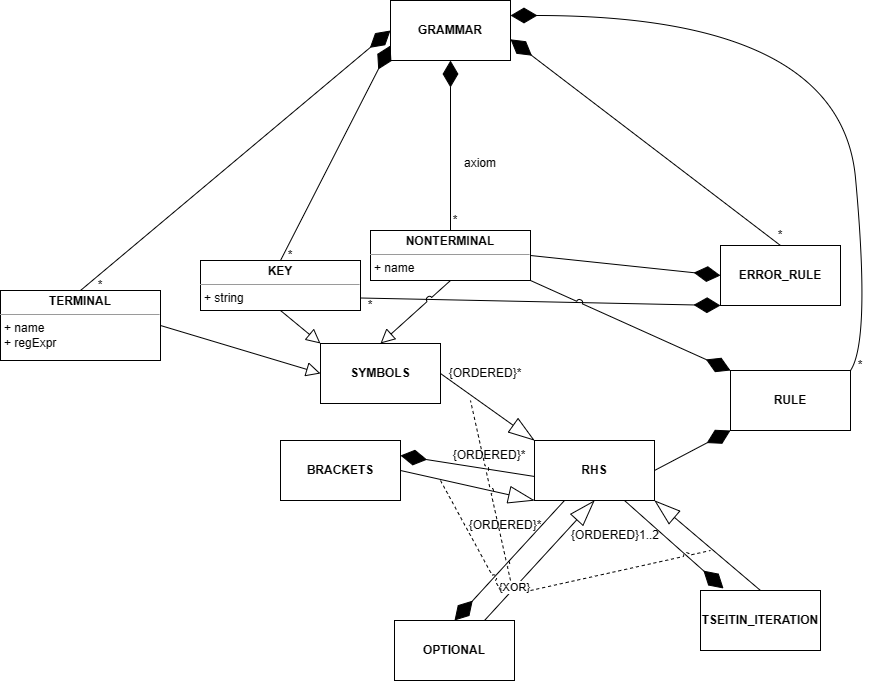
aVorotnikov/dsl_generator keeps this draw.io diagram as docs/diagrams/metamodel.png. Above is the earlier version. Source tidied: cells renumbered, new cells last; positions are measured from the earlier drawing's top-left corner, leaving out a move shared by most shapes.
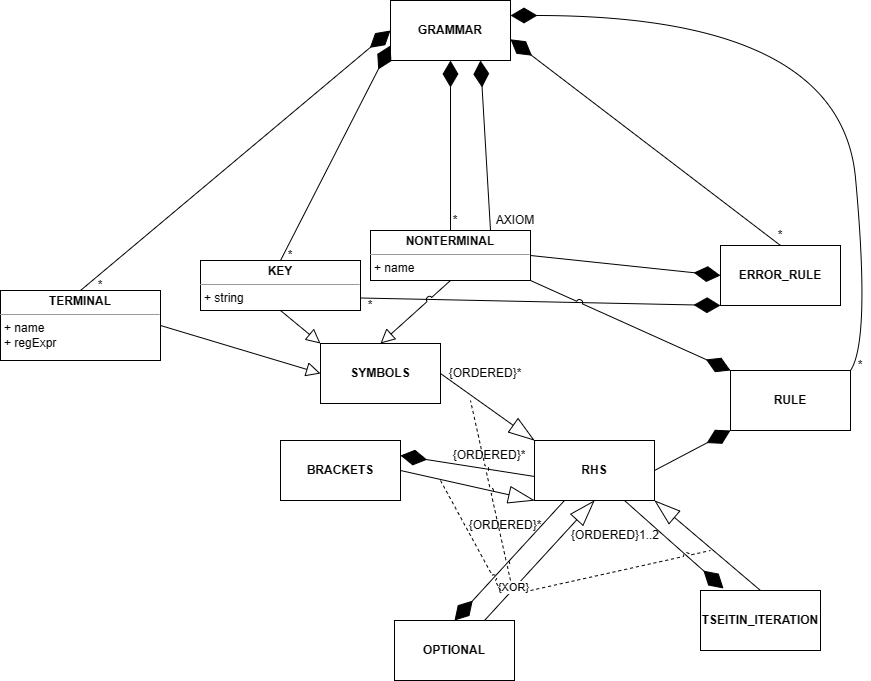
After the change.

Diff of the diagram source:
```diff
@@ -145,11 +145,14 @@
     <mxCell id="44" value="*" style="text;html=1;strokeColor=none;fillColor=none;align=center;verticalAlign=middle;whiteSpace=wrap;rounded=0;" parent="1" vertex="1">
       <mxGeometry x="90" y="270" width="20" height="30" as="geometry" />
     </mxCell>
-    <mxCell id="45" value="axiom" style="text;html=1;strokeColor=none;fillColor=none;align=center;verticalAlign=middle;whiteSpace=wrap;rounded=0;" parent="1" vertex="1">
-      <mxGeometry x="450" y="155" width="60" height="15" as="geometry" />
+    <mxCell id="45" value="AXIOM" style="text;html=1;strokeColor=none;fillColor=none;align=center;verticalAlign=middle;whiteSpace=wrap;rounded=0;" parent="1" vertex="1">
+      <mxGeometry x="490" y="212.5" width="50" height="15" as="geometry" />
     </mxCell>
     <mxCell id="46" value="*" style="text;html=1;strokeColor=none;fillColor=none;align=center;verticalAlign=middle;whiteSpace=wrap;rounded=0;" parent="1" vertex="1">
       <mxGeometry x="850" y="350" width="20" height="30" as="geometry" />
     </mxCell>
+    <mxCell id="47" style="endArrow=diamondThin;endFill=1;endSize=24;html=1;rounded=0;exitX=0.75;exitY=0;exitDx=0;exitDy=0;entryX=0.75;entryY=1;entryDx=0;entryDy=0;" parent="1" edge="1" source="4" target="2">
+      <mxGeometry relative="1" as="geometry" />
+    </mxCell>
   </root>
 </mxGraphModel>
```
